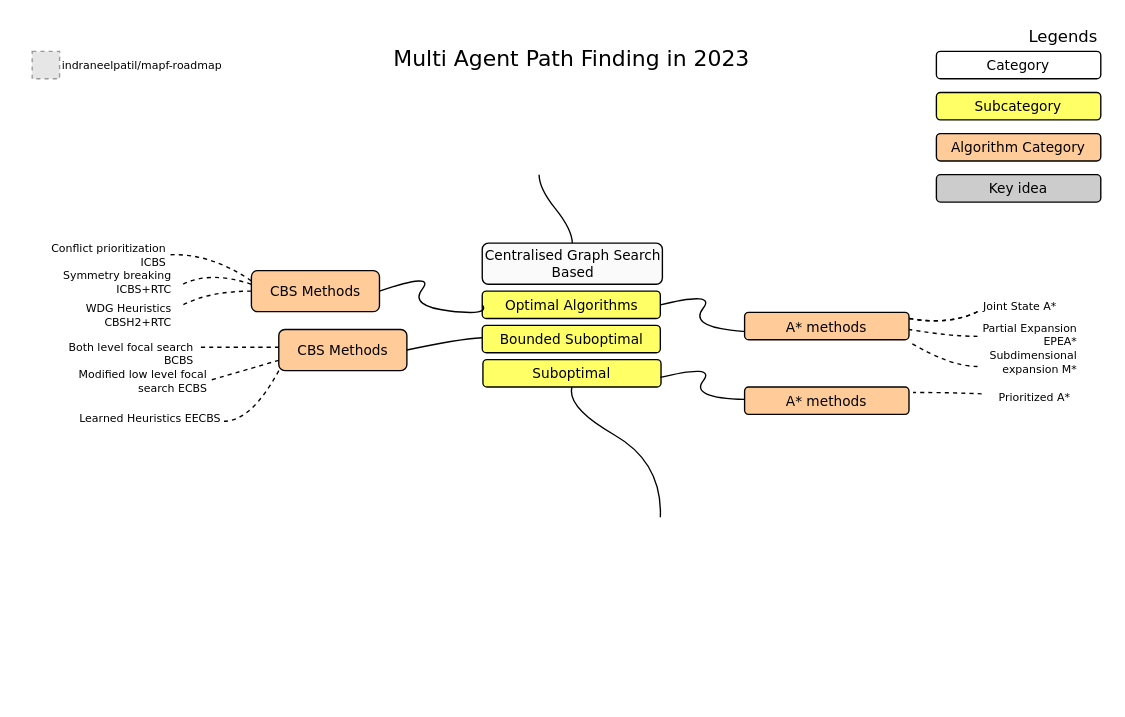
Earlier version of the draw.io diagram roadmap.drawio (indraneelpatil/mapf-roadmap). Source tidied: cells renumbered, new cells numbered last; positions are measured from the earlier drawing's top-left corner, leaving out a move shared by most shapes. Both pictures are drawn from the tidied source at 137%, with x=0, y=0 at pixel (23, 23). Pictures stored in the file or linked from it are replaced by grey dashed boxes.
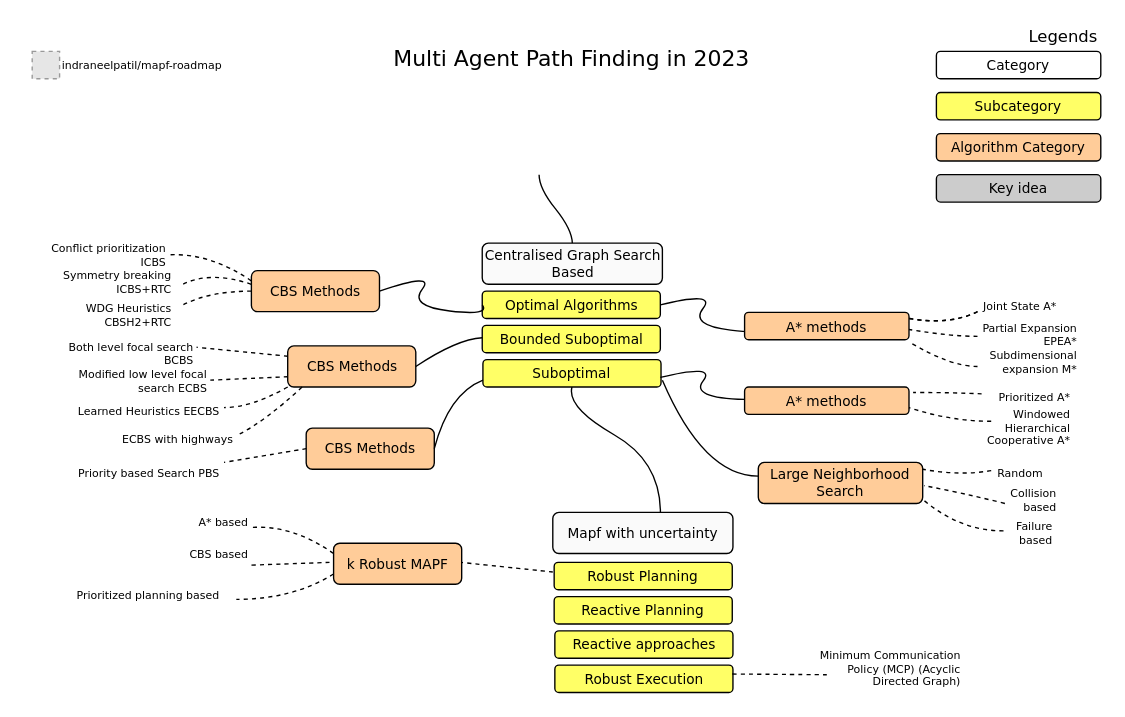
Above is the later version.

Unchanged cells that the change refers to:
```xml
<mxCell id="14" value="Suboptimal" style="rounded=1;whiteSpace=wrap;html=1;comic=0;fontFamily=Verdana;fontSize=10;fillColor=#FFFF66;" parent="1" vertex="1">
  <mxGeometry x="335" y="245" width="130" height="20" as="geometry" />
</mxCell>
<mxCell id="41" value="A* methods" style="rounded=1;whiteSpace=wrap;html=1;comic=0;fontFamily=Verdana;fontSize=10;fillColor=#ffcc99;strokeColor=#000000;" parent="1" vertex="1">
  <mxGeometry x="526" y="265" width="120" height="20" as="geometry" />
</mxCell>
```

Change to the diagram source:
```diff
@@
     <mxCell id="33" value="CBS Methods" style="rounded=1;whiteSpace=wrap;html=1;comic=0;fontFamily=Verdana;fontSize=10;fillColor=#ffcc99;strokeColor=#000000;" parent="1" vertex="1">
-      <mxGeometry x="186" y="223" width="93.5" height="30" as="geometry" />
+      <mxGeometry x="192.5" y="235" width="93.5" height="30" as="geometry" />
     </mxCell>
@@
-    <mxCell id="35" style="curved=1;endArrow=none;html=1;fontFamily=Verdana;fontSize=8;endFill=0;dashed=1;exitX=0;exitY=0.25;exitDx=0;exitDy=0;" parent="1" edge="1">
+    <mxCell id="35" style="curved=1;endArrow=none;html=1;fontFamily=Verdana;fontSize=8;endFill=0;dashed=1;exitX=0;exitY=0.25;exitDx=0;exitDy=0;" parent="1" edge="1" source="33">
       <mxGeometry relative="1" as="geometry">
-        <mxPoint x="186" y="236" as="sourcePoint" />
         <mxPoint x="126" y="236" as="targetPoint" />
       </mxGeometry>
     </mxCell>
@@
     <mxCell id="39" style="curved=1;endArrow=none;html=1;fontFamily=Verdana;fontSize=8;endFill=0;dashed=1;exitX=0;exitY=1;exitDx=0;exitDy=0;" parent="1" edge="1" source="33">
       <mxGeometry relative="1" as="geometry">
-        <mxPoint x="146" y="290" as="targetPoint" />
+        <mxPoint x="146" y="280" as="targetPoint" />
         <Array as="points">
-          <mxPoint x="166" y="290" />
+          <mxPoint x="166" y="280" />
         </Array>
       </mxGeometry>
     </mxCell>
     <mxCell id="40" value="Learned Heuristics EECBS" style="text;html=1;strokeColor=none;fillColor=none;align=right;verticalAlign=middle;whiteSpace=wrap;rounded=0;comic=0;fontFamily=Verdana;fontSize=8;" parent="1" vertex="1">
-      <mxGeometry x="36" y="280" width="110" height="15" as="geometry" />
+      <mxGeometry x="35" y="275" width="110" height="15" as="geometry" />
     </mxCell>
@@
     <mxCell id="44" value="Prioritized A*" style="text;html=1;strokeColor=none;fillColor=none;align=right;verticalAlign=middle;whiteSpace=wrap;rounded=0;comic=0;fontFamily=Verdana;fontSize=8;" parent="1" vertex="1">
-      <mxGeometry x="506" y="265" width="260" height="15" as="geometry" />
+      <mxGeometry x="706" y="265" width="60" height="15" as="geometry" />
     </mxCell>
+    <mxCell id="45" style="curved=1;endArrow=none;html=1;fontFamily=Verdana;fontSize=8;endFill=0;dashed=1;exitX=0;exitY=1;exitDx=0;exitDy=0;" parent="1" edge="1">
+      <mxGeometry relative="1" as="geometry">
+        <mxPoint x="203" y="265" as="sourcePoint" />
+        <mxPoint x="156" y="300" as="targetPoint" />
+        <Array as="points">
+          <mxPoint x="176" y="290" />
+        </Array>
+      </mxGeometry>
+    </mxCell>
+    <mxCell id="46" value="ECBS with highways" style="text;html=1;strokeColor=none;fillColor=none;align=right;verticalAlign=middle;whiteSpace=wrap;rounded=0;comic=0;fontFamily=Verdana;fontSize=8;" parent="1" vertex="1">
+      <mxGeometry x="45" y="295" width="110" height="15" as="geometry" />
+    </mxCell>
+    <mxCell id="47" value="Windowed Hierarchical Cooperative A*" style="text;html=1;strokeColor=none;fillColor=none;align=right;verticalAlign=middle;whiteSpace=wrap;rounded=0;comic=0;fontFamily=Verdana;fontSize=8;" parent="1" vertex="1">
+      <mxGeometry x="686" y="287" width="80" height="15" as="geometry" />
+    </mxCell>
+    <mxCell id="48" style="curved=1;endArrow=none;html=1;fontFamily=Verdana;fontSize=8;entryX=1;entryY=0.75;endFill=0;dashed=1;entryDx=0;entryDy=0;" parent="1" edge="1" target="41">
+      <mxGeometry relative="1" as="geometry">
+        <mxPoint x="706" y="290" as="sourcePoint" />
+        <Array as="points">
+          <mxPoint x="676" y="290" />
+        </Array>
+      </mxGeometry>
+    </mxCell>
+    <mxCell id="49" value="CBS Methods" style="rounded=1;whiteSpace=wrap;html=1;comic=0;fontFamily=Verdana;fontSize=10;fillColor=#ffcc99;strokeColor=#000000;" parent="1" vertex="1">
+      <mxGeometry x="206" y="295" width="93.5" height="30" as="geometry" />
+    </mxCell>
+    <mxCell id="50" style="curved=1;endArrow=none;html=1;fontFamily=Verdana;fontSize=10;exitX=0;exitY=0.75;entryX=1;entryY=0.5;endFill=0;exitDx=0;exitDy=0;entryDx=0;entryDy=0;" parent="1" edge="1" source="14" target="49">
+      <mxGeometry relative="1" as="geometry">
+        <Array as="points">
+          <mxPoint x="310" y="270" />
+        </Array>
+      </mxGeometry>
+    </mxCell>
+    <mxCell id="51" style="curved=1;endArrow=none;html=1;fontFamily=Verdana;fontSize=8;endFill=0;dashed=1;exitX=0;exitY=0.75;exitDx=0;exitDy=0;" parent="1" edge="1">
+      <mxGeometry relative="1" as="geometry">
+        <mxPoint x="206" y="310" as="sourcePoint" />
+        <mxPoint x="146" y="320" as="targetPoint" />
+      </mxGeometry>
+    </mxCell>
+    <mxCell id="52" value="Priority based Search PBS" style="text;html=1;strokeColor=none;fillColor=none;align=right;verticalAlign=middle;whiteSpace=wrap;rounded=0;comic=0;fontFamily=Verdana;fontSize=8;" parent="1" vertex="1">
+      <mxGeometry x="35" y="320" width="110" height="15" as="geometry" />
+    </mxCell>
+    <mxCell id="53" style="curved=1;endArrow=none;html=1;fontFamily=Verdana;fontSize=10;endFill=0;" parent="1" edge="1">
+      <mxGeometry relative="1" as="geometry">
+        <mxPoint x="536" y="330" as="sourcePoint" />
+        <mxPoint x="466" y="260" as="targetPoint" />
+        <Array as="points">
+          <mxPoint x="496" y="330" />
+        </Array>
+      </mxGeometry>
+    </mxCell>
+    <mxCell id="54" value="Large Neighborhood Search" style="rounded=1;whiteSpace=wrap;html=1;comic=0;fontFamily=Verdana;fontSize=10;fillColor=#ffcc99;strokeColor=#000000;" parent="1" vertex="1">
+      <mxGeometry x="536" y="320" width="120" height="30" as="geometry" />
+    </mxCell>
+    <mxCell id="55" style="curved=1;endArrow=none;html=1;fontFamily=Verdana;fontSize=8;entryX=1;entryY=0.5;endFill=0;dashed=1;" parent="1" edge="1">
+      <mxGeometry relative="1" as="geometry">
+        <mxPoint x="706" y="326" as="sourcePoint" />
+        <mxPoint x="656" y="325" as="targetPoint" />
+        <Array as="points">
+          <mxPoint x="683" y="330" />
+        </Array>
+      </mxGeometry>
+    </mxCell>
+    <mxCell id="56" value="Random" style="text;html=1;strokeColor=none;fillColor=none;align=right;verticalAlign=middle;whiteSpace=wrap;rounded=0;comic=0;fontFamily=Verdana;fontSize=8;" parent="1" vertex="1">
+      <mxGeometry x="706" y="320" width="40" height="15" as="geometry" />
+    </mxCell>
+    <mxCell id="57" style="curved=1;endArrow=none;html=1;fontFamily=Verdana;fontSize=8;entryX=1;entryY=0.5;endFill=0;dashed=1;" parent="1" edge="1">
+      <mxGeometry relative="1" as="geometry">
+        <mxPoint x="716" y="350" as="sourcePoint" />
+        <mxPoint x="657" y="337" as="targetPoint" />
+        <Array as="points">
+          <mxPoint x="684" y="342" />
+        </Array>
+      </mxGeometry>
+    </mxCell>
+    <mxCell id="58" value="Collision based" style="text;html=1;strokeColor=none;fillColor=none;align=right;verticalAlign=middle;whiteSpace=wrap;rounded=0;comic=0;fontFamily=Verdana;fontSize=8;" parent="1" vertex="1">
+      <mxGeometry x="716" y="340" width="40" height="15" as="geometry" />
+    </mxCell>
+    <mxCell id="59" style="curved=1;endArrow=none;html=1;fontFamily=Verdana;fontSize=8;entryX=1;entryY=0.5;endFill=0;dashed=1;" parent="1" edge="1">
+      <mxGeometry relative="1" as="geometry">
+        <mxPoint x="715" y="370" as="sourcePoint" />
+        <mxPoint x="656" y="347" as="targetPoint" />
+        <Array as="points">
+          <mxPoint x="683" y="370" />
+        </Array>
+      </mxGeometry>
+    </mxCell>
+    <mxCell id="60" value="Failure based" style="text;html=1;strokeColor=none;fillColor=none;align=right;verticalAlign=middle;whiteSpace=wrap;rounded=0;comic=0;fontFamily=Verdana;fontSize=8;" parent="1" vertex="1">
+      <mxGeometry x="713" y="364" width="40" height="15" as="geometry" />
+    </mxCell>
+    <mxCell id="61" value="Mapf with uncertainty" style="rounded=1;whiteSpace=wrap;html=1;comic=0;fontFamily=Verdana;fontSize=10;fillColor=#fafafa;" parent="1" vertex="1">
+      <mxGeometry x="386" y="356.5" width="131.5" height="30" as="geometry" />
+    </mxCell>
+    <mxCell id="62" value="Robust Planning" style="rounded=1;whiteSpace=wrap;html=1;comic=0;fontFamily=Verdana;fontSize=10;fillColor=#FFFF66;" parent="1" vertex="1">
+      <mxGeometry x="387" y="393" width="130" height="20" as="geometry" />
+    </mxCell>
+    <mxCell id="63" value="Reactive Planning" style="rounded=1;whiteSpace=wrap;html=1;comic=0;fontFamily=Verdana;fontSize=10;fillColor=#FFFF66;" parent="1" vertex="1">
+      <mxGeometry x="387" y="418" width="130" height="20" as="geometry" />
+    </mxCell>
+    <mxCell id="64" value="Reactive approaches" style="rounded=1;whiteSpace=wrap;html=1;comic=0;fontFamily=Verdana;fontSize=10;fillColor=#FFFF66;" parent="1" vertex="1">
+      <mxGeometry x="387.5" y="443" width="130" height="20" as="geometry" />
+    </mxCell>
+    <mxCell id="65" value="Robust Execution" style="rounded=1;whiteSpace=wrap;html=1;comic=0;fontFamily=Verdana;fontSize=10;fillColor=#FFFF66;" parent="1" vertex="1">
+      <mxGeometry x="387.5" y="468" width="130" height="20" as="geometry" />
+    </mxCell>
+    <mxCell id="66" style="curved=1;endArrow=none;html=1;fontFamily=Verdana;fontSize=8;endFill=0;dashed=1;exitX=0;exitY=0.25;exitDx=0;exitDy=0;" parent="1" edge="1">
+      <mxGeometry relative="1" as="geometry">
+        <mxPoint x="386" y="400" as="sourcePoint" />
+        <mxPoint x="319" y="393" as="targetPoint" />
+      </mxGeometry>
+    </mxCell>
+    <mxCell id="67" style="curved=1;endArrow=none;html=1;fontFamily=Verdana;fontSize=8;endFill=0;dashed=1;" parent="1" edge="1">
+      <mxGeometry relative="1" as="geometry">
+        <mxPoint x="586" y="475" as="sourcePoint" />
+        <mxPoint x="517" y="474.5" as="targetPoint" />
+      </mxGeometry>
+    </mxCell>
+    <mxCell id="68" value="Minimum Communication Policy (MCP) (Acyclic Directed Graph)" style="text;html=1;strokeColor=none;fillColor=none;align=right;verticalAlign=middle;whiteSpace=wrap;rounded=0;comic=0;fontFamily=Verdana;fontSize=8;" parent="1" vertex="1">
+      <mxGeometry x="576" y="463" width="110" height="15" as="geometry" />
+    </mxCell>
+    <mxCell id="69" value="k Robust MAPF" style="rounded=1;whiteSpace=wrap;html=1;comic=0;fontFamily=Verdana;fontSize=10;fillColor=#ffcc99;strokeColor=#000000;" parent="1" vertex="1">
+      <mxGeometry x="226" y="379" width="93.5" height="30" as="geometry" />
+    </mxCell>
+    <mxCell id="70" style="curved=1;endArrow=none;html=1;fontFamily=Verdana;fontSize=8;endFill=0;dashed=1;exitX=0;exitY=0.25;exitDx=0;exitDy=0;entryX=1;entryY=0.5;entryDx=0;entryDy=0;" parent="1" edge="1">
+      <mxGeometry relative="1" as="geometry">
+        <mxPoint x="226" y="386.5" as="sourcePoint" />
+        <mxPoint x="166" y="367.5" as="targetPoint" />
+        <Array as="points">
+          <mxPoint x="196" y="365.5" />
+        </Array>
+      </mxGeometry>
+    </mxCell>
+    <mxCell id="71" value="A* based" style="text;html=1;strokeColor=none;fillColor=none;align=right;verticalAlign=middle;whiteSpace=wrap;rounded=0;comic=0;fontFamily=Verdana;fontSize=8;" parent="1" vertex="1">
+      <mxGeometry x="56" y="356.5" width="110" height="15" as="geometry" />
+    </mxCell>
+    <mxCell id="72" style="curved=1;endArrow=none;html=1;fontFamily=Verdana;fontSize=8;endFill=0;dashed=1;exitX=0;exitY=0.75;exitDx=0;exitDy=0;" parent="1" edge="1">
+      <mxGeometry relative="1" as="geometry">
+        <mxPoint x="223" y="393" as="sourcePoint" />
+        <mxPoint x="166" y="395" as="targetPoint" />
+      </mxGeometry>
+    </mxCell>
+    <mxCell id="73" value="CBS based" style="text;html=1;strokeColor=none;fillColor=none;align=right;verticalAlign=middle;whiteSpace=wrap;rounded=0;comic=0;fontFamily=Verdana;fontSize=8;" parent="1" vertex="1">
+      <mxGeometry x="56" y="379" width="110" height="15" as="geometry" />
+    </mxCell>
+    <mxCell id="74" style="curved=1;endArrow=none;html=1;fontFamily=Verdana;fontSize=8;endFill=0;dashed=1;exitX=0;exitY=0.75;exitDx=0;exitDy=0;" parent="1" edge="1" source="69">
+      <mxGeometry relative="1" as="geometry">
+        <mxPoint x="155" y="420" as="targetPoint" />
+        <Array as="points">
+          <mxPoint x="196" y="420" />
+        </Array>
+      </mxGeometry>
+    </mxCell>
+    <mxCell id="75" value="Prioritized planning based" style="text;html=1;strokeColor=none;fillColor=none;align=right;verticalAlign=middle;whiteSpace=wrap;rounded=0;comic=0;fontFamily=Verdana;fontSize=8;" parent="1" vertex="1">
+      <mxGeometry x="35" y="409" width="110" height="15" as="geometry" />
+    </mxCell>
```
